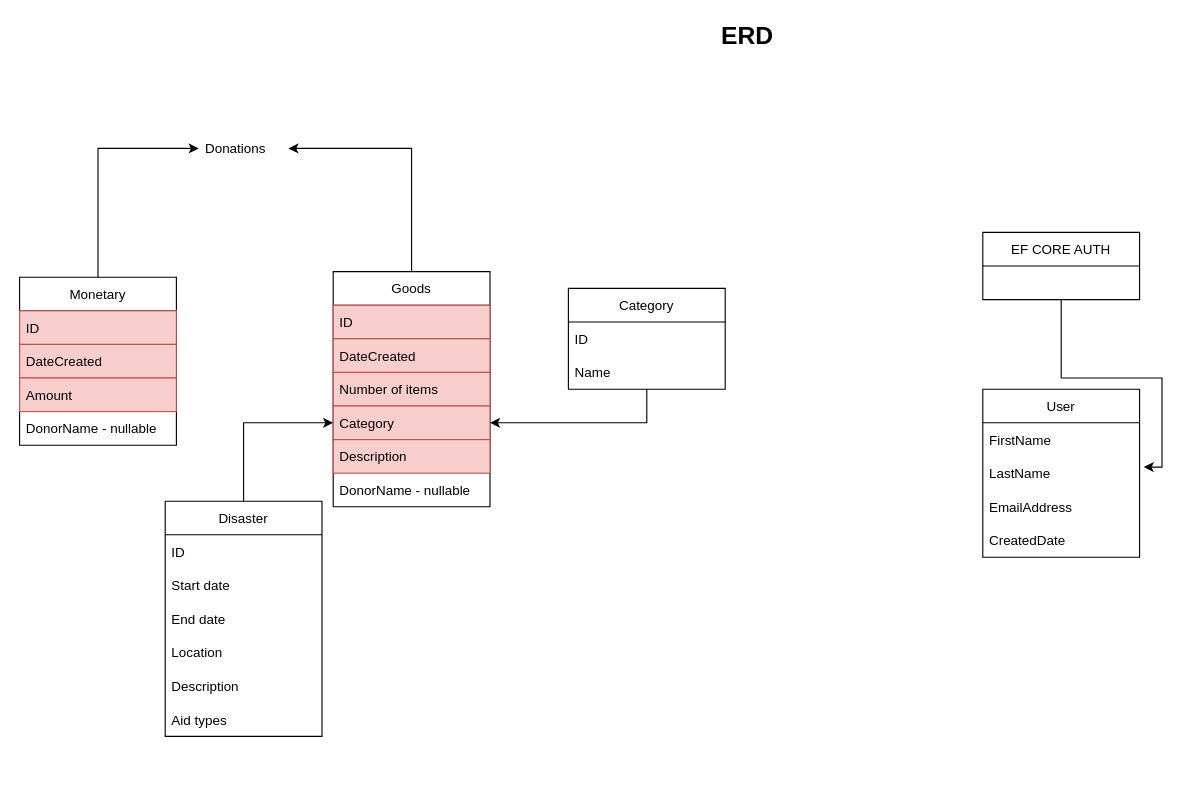
Earlier version of the draw.io diagram ERD.drawio (Denzel-Witbooi/DisasterReliefWebApp). Source tidied: cells renumbered, new cells numbered last; positions are measured from the earlier drawing's top-left corner, leaving out a move shared by most shapes. Both pictures are drawn from the tidied source at 112%, with x=0, y=0 at pixel (19, 19).
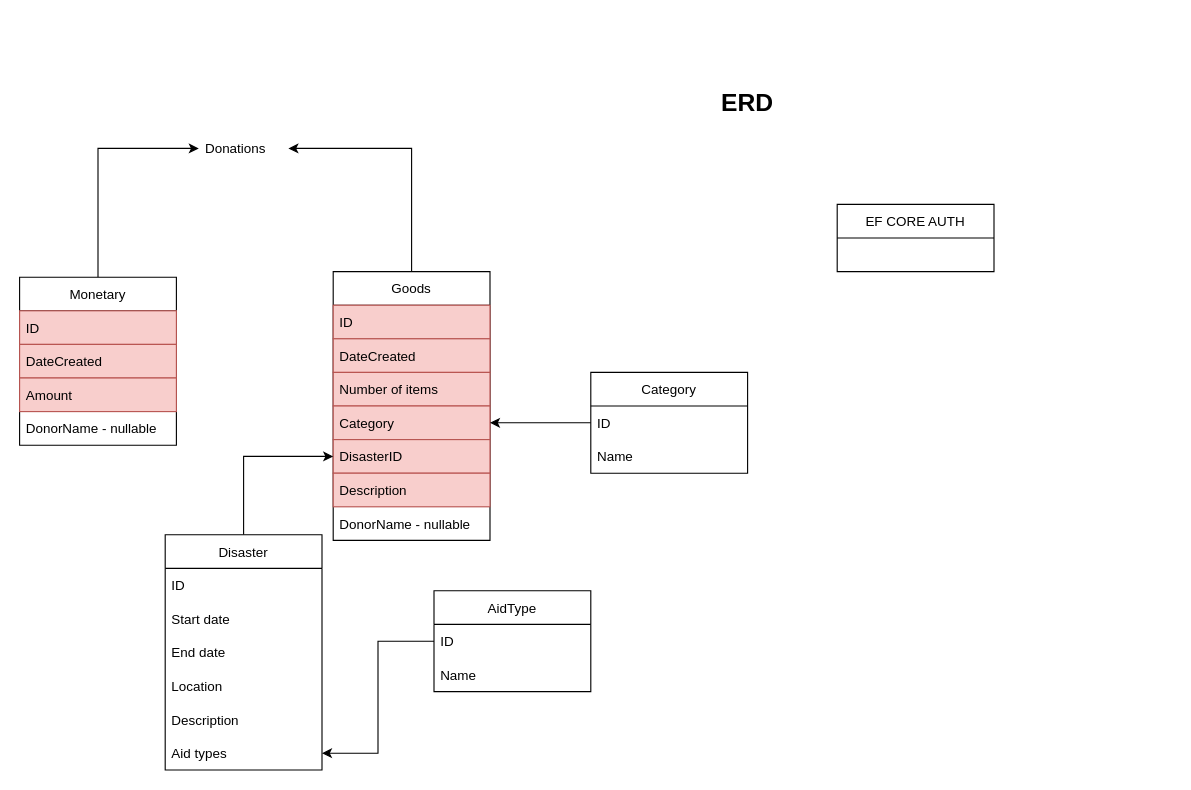
After the change.

Unchanged cells that the change refers to:
```xml
<mxCell id="14" value="Category" style="text;strokeColor=#b85450;fillColor=#f8cecc;align=left;verticalAlign=middle;spacingLeft=4;spacingRight=4;overflow=hidden;points=[[0,0.5],[1,0.5]];portConstraint=eastwest;" parent="10" vertex="1">
  <mxGeometry y="120" width="140" height="30" as="geometry" />
</mxCell>
<mxCell id="29" value="Aid types" style="text;strokeColor=none;fillColor=none;align=left;verticalAlign=middle;spacingLeft=4;spacingRight=4;overflow=hidden;points=[[0,0.5],[1,0.5]];portConstraint=eastwest;" parent="23" vertex="1">
  <mxGeometry y="180" width="140" height="30" as="geometry" />
</mxCell>
```

Change to the diagram source:
```diff
@@
     <mxCell id="2" value="ERD" style="text;html=1;strokeColor=none;fillColor=none;align=center;verticalAlign=middle;whiteSpace=wrap;rounded=0;fontSize=22;fontStyle=1;" parent="1" vertex="1">
-      <mxGeometry x="450" width="400" height="30" as="geometry" />
+      <mxGeometry x="450" y="60" width="400" height="30" as="geometry" />
     </mxCell>
@@
     <mxCell id="10" value="Goods" style="swimlane;fontStyle=0;horizontal=1;startSize=30;" parent="1" vertex="1">
-      <mxGeometry x="280" y="225" width="140" height="210" as="geometry" />
+      <mxGeometry x="280" y="225" width="140" height="240" as="geometry" />
     </mxCell>
@@
+    <mxCell id="37" value="DisasterID" style="text;strokeColor=#b85450;fillColor=#f8cecc;align=left;verticalAlign=middle;spacingLeft=4;spacingRight=4;overflow=hidden;points=[[0,0.5],[1,0.5]];portConstraint=eastwest;" parent="10" vertex="1">
+      <mxGeometry y="150" width="140" height="30" as="geometry" />
+    </mxCell>
     <mxCell id="15" value="Description" style="text;strokeColor=#b85450;fillColor=#f8cecc;align=left;verticalAlign=middle;spacingLeft=4;spacingRight=4;overflow=hidden;" parent="10" vertex="1">
-      <mxGeometry y="150" width="140" height="30" as="geometry" />
+      <mxGeometry y="180" width="140" height="30" as="geometry" />
     </mxCell>
     <mxCell id="16" value="DonorName - nullable" style="text;strokeColor=none;fillColor=none;align=left;verticalAlign=middle;spacingLeft=4;spacingRight=4;overflow=hidden;" parent="10" vertex="1">
-      <mxGeometry y="180" width="140" height="30" as="geometry" />
+      <mxGeometry y="210" width="140" height="30" as="geometry" />
     </mxCell>
@@
     <mxCell id="19" value="Category" style="swimlane;fontStyle=0;horizontal=1;startSize=30;" parent="1" vertex="1">
-      <mxGeometry x="490" y="240" width="140" height="90" as="geometry" />
+      <mxGeometry x="510" y="315" width="140" height="90" as="geometry" />
     </mxCell>
@@
-    <mxCell id="22" style="edgeStyle=orthogonalEdgeStyle;rounded=0;jettySize=auto;html=1;entryX=0;entryY=0.5;entryDx=0;entryDy=0;entryPerimeter=0;" parent="1" edge="1" source="23" target="14">
+    <mxCell id="22" style="edgeStyle=orthogonalEdgeStyle;rounded=0;jettySize=auto;html=1;entryX=0;entryY=0.5;entryDx=0;entryDy=0;" parent="1" edge="1" source="23" target="37">
       <mxGeometry relative="1" as="geometry" />
     </mxCell>
     <mxCell id="23" value="Disaster" style="swimlane;fontStyle=0;horizontal=1;startSize=30;" parent="1" vertex="1">
-      <mxGeometry x="130" y="430" width="140" height="210" as="geometry" />
+      <mxGeometry x="130" y="460" width="140" height="210" as="geometry" />
     </mxCell>
@@
-    <mxCell id="30" value="User" style="swimlane;fontStyle=0;horizontal=1;startSize=30;" parent="1" vertex="1">
-      <mxGeometry x="860" y="330" width="140" height="150" as="geometry" />
-    </mxCell>
-    <mxCell id="31" value="FirstName" style="text;strokeColor=none;fillColor=none;align=left;verticalAlign=middle;spacingLeft=4;spacingRight=4;overflow=hidden;" parent="30" vertex="1">
-      <mxGeometry y="30" width="140" height="30" as="geometry" />
-    </mxCell>
-    <mxCell id="32" value="LastName" style="text;strokeColor=none;fillColor=none;align=left;verticalAlign=middle;spacingLeft=4;spacingRight=4;overflow=hidden;points=[[0,0.5],[1,0.5]];portConstraint=eastwest;" parent="30" vertex="1">
-      <mxGeometry y="60" width="140" height="30" as="geometry" />
-    </mxCell>
-    <mxCell id="33" value="EmailAddress" style="text;strokeColor=none;fillColor=none;align=left;verticalAlign=middle;spacingLeft=4;spacingRight=4;overflow=hidden;" parent="30" vertex="1">
-      <mxGeometry y="90" width="140" height="30" as="geometry" />
-    </mxCell>
-    <mxCell id="34" value="CreatedDate" style="text;strokeColor=none;fillColor=none;align=left;verticalAlign=middle;spacingLeft=4;spacingRight=4;overflow=hidden;" parent="30" vertex="1">
-      <mxGeometry y="120" width="140" height="30" as="geometry" />
-    </mxCell>
-    <mxCell id="35" style="edgeStyle=orthogonalEdgeStyle;rounded=0;jettySize=auto;html=1;entryX=1.026;entryY=0.319;entryDx=0;entryDy=0;entryPerimeter=0;" parent="1" edge="1" source="36" target="32">
-      <mxGeometry relative="1" as="geometry" />
-    </mxCell>
     <mxCell id="36" value="EF CORE AUTH" style="swimlane;fontStyle=0;horizontal=1;startSize=30;" parent="1" vertex="1">
-      <mxGeometry x="860" y="190" width="140" height="60" as="geometry" />
+      <mxGeometry x="730" y="165" width="140" height="60" as="geometry" />
     </mxCell>
+    <mxCell id="38" style="edgeStyle=orthogonalEdgeStyle;rounded=0;jettySize=auto;html=1;exitX=0;exitY=0.5;exitDx=0;exitDy=0;entryX=1;entryY=0.5;entryDx=0;entryDy=0;" parent="1" edge="1" source="39" target="29">
+      <mxGeometry relative="1" as="geometry" />
+    </mxCell>
+    <mxCell id="39" value="AidType" style="swimlane;fontStyle=0;horizontal=1;startSize=30;" parent="1" vertex="1">
+      <mxGeometry x="370" y="510" width="140" height="90" as="geometry" />
+    </mxCell>
+    <mxCell id="40" value="ID" style="text;strokeColor=none;fillColor=none;align=left;verticalAlign=middle;spacingLeft=4;spacingRight=4;overflow=hidden;" parent="39" vertex="1">
+      <mxGeometry y="30" width="140" height="30" as="geometry" />
+    </mxCell>
+    <mxCell id="41" value="Name" style="text;strokeColor=none;fillColor=none;align=left;verticalAlign=middle;spacingLeft=4;spacingRight=4;overflow=hidden;" parent="39" vertex="1">
+      <mxGeometry y="60" width="140" height="30" as="geometry" />
+    </mxCell>
```
